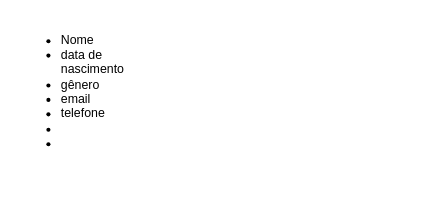
Before: Untitled Diagram.drawio in rulevamanda/Generation_ProjetoIntegrador, a draw.io diagram. Source tidied: cells renumbered, new cells numbered last; positions are measured from the earlier drawing's top-left corner, leaving out a move shared by most shapes. Both pictures are drawn from the tidied source at 103%, with x=0, y=0 at pixel (18, 18).
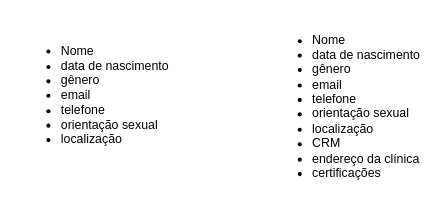
Above is the later version.

The edit, as a diff of the source:
```diff
@@
 <mxGraphModel>
   <root>
     <mxCell id="0" />
     <mxCell id="1" parent="0" />
-    <mxCell id="2" value="&lt;ul&gt;&lt;li&gt;Nome&lt;/li&gt;&lt;li&gt;data de nascimento&lt;/li&gt;&lt;li&gt;gênero&lt;/li&gt;&lt;li&gt;email&lt;/li&gt;&lt;li&gt;telefone&lt;/li&gt;&lt;li&gt;&lt;br&gt;&lt;/li&gt;&lt;li&gt;&lt;br&gt;&lt;/li&gt;&lt;/ul&gt;" style="text;strokeColor=none;fillColor=none;html=1;whiteSpace=wrap;verticalAlign=middle;overflow=hidden;" parent="1" vertex="1">
-      <mxGeometry width="140" height="130" as="geometry" />
+    <mxCell id="2" value="&lt;ul&gt;&lt;li&gt;Nome&lt;/li&gt;&lt;li&gt;data de nascimento&lt;/li&gt;&lt;li&gt;gênero&lt;/li&gt;&lt;li&gt;email&lt;/li&gt;&lt;li&gt;telefone&lt;/li&gt;&lt;li&gt;orientação sexual&lt;/li&gt;&lt;li&gt;localização&lt;/li&gt;&lt;/ul&gt;" style="text;strokeColor=none;fillColor=none;html=1;whiteSpace=wrap;verticalAlign=middle;overflow=hidden;" parent="1" vertex="1">
+      <mxGeometry width="160" height="150" as="geometry" />
     </mxCell>
+    <mxCell id="3" value="&lt;ul&gt;&lt;li&gt;Nome&lt;/li&gt;&lt;li&gt;data de nascimento&lt;/li&gt;&lt;li&gt;gênero&lt;/li&gt;&lt;li&gt;email&lt;/li&gt;&lt;li&gt;telefone&lt;/li&gt;&lt;li&gt;orientação sexual&lt;/li&gt;&lt;li&gt;localização&lt;/li&gt;&lt;li&gt;CRM&lt;/li&gt;&lt;li&gt;endereço da clínica&lt;/li&gt;&lt;li&gt;certificações&lt;/li&gt;&lt;/ul&gt;" style="text;strokeColor=none;fillColor=none;html=1;whiteSpace=wrap;verticalAlign=middle;overflow=hidden;" parent="1" vertex="1">
+      <mxGeometry x="244" width="156" height="170" as="geometry" />
+    </mxCell>
   </root>
 </mxGraphModel>
```
